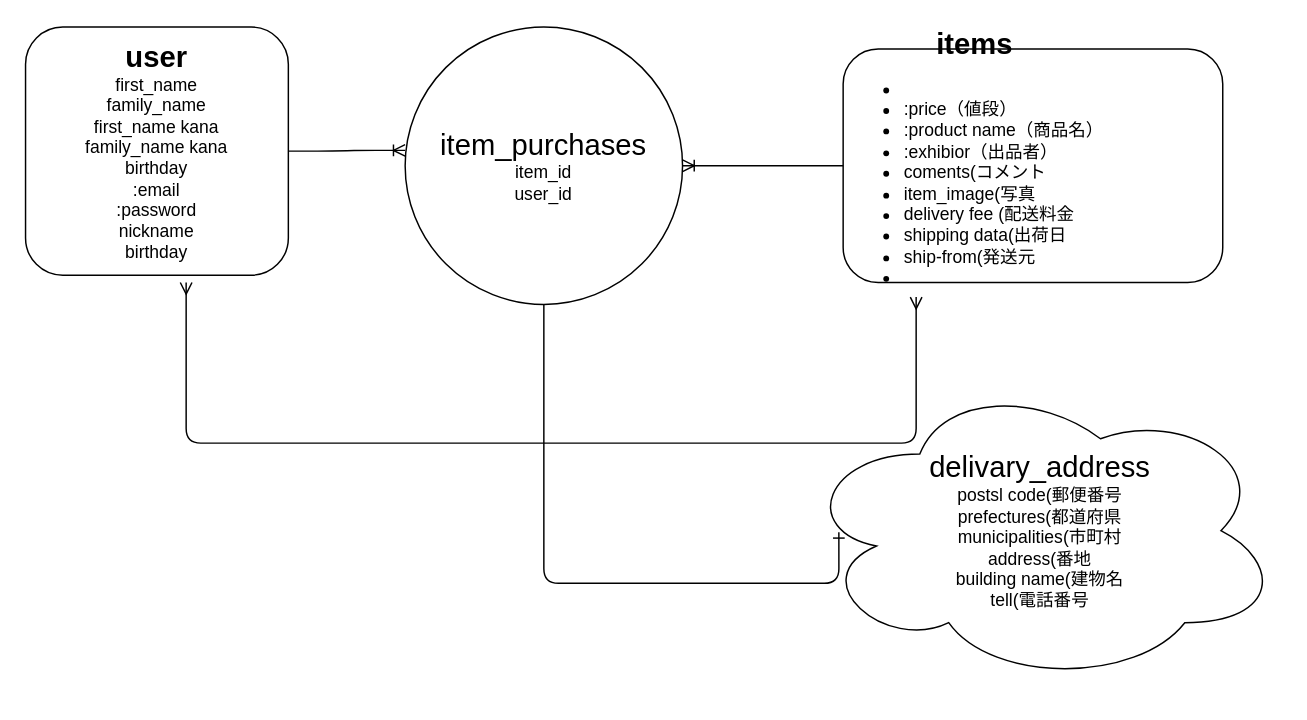
tosihisamitunaga/furima_28378 keeps this draw.io diagram as ER.drawio. Above is the earlier version. Source tidied: cells renumbered, new cells numbered last; positions are measured from the earlier drawing's top-left corner, leaving out a move shared by most shapes. Both pictures are drawn from the tidied source at 146%, with x=0, y=0 at pixel (25, 26).
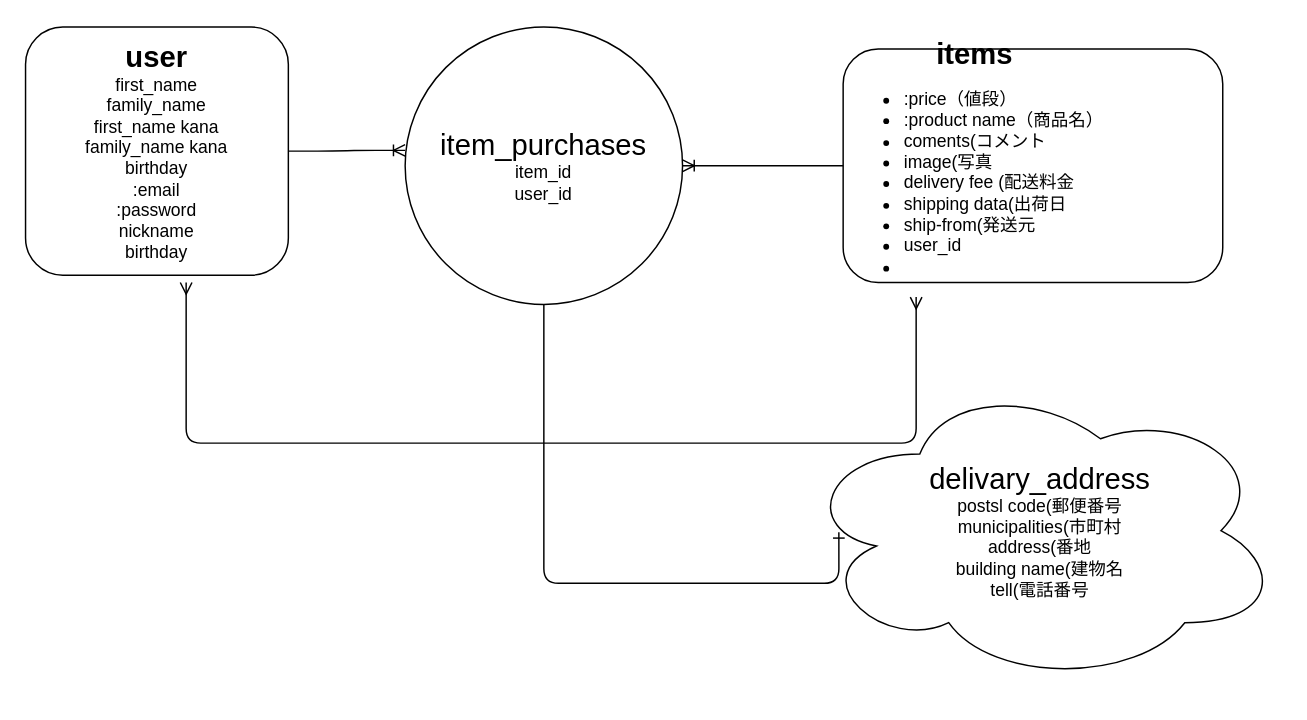
Above is the later version.

Commit message (it also covers changes not shown here):
テーブル設計　修正５

What changed in the source:
```diff
@@
 <mxGraphModel>
   <root>
     <mxCell id="0" />
     <mxCell id="1" parent="0" />
     <mxCell id="2" value="&lt;b style=&quot;font-size: 20px&quot;&gt;user&lt;br&gt;&lt;/b&gt;first_name&lt;br&gt;family_name&lt;br&gt;first_name kana&lt;br&gt;family_name kana&lt;br&gt;birthday&lt;br&gt;:email&lt;br&gt;:password&lt;br&gt;nickname&lt;br&gt;birthday" style="rounded=1;whiteSpace=wrap;html=1;" parent="1" vertex="1">
       <mxGeometry width="180" height="170" as="geometry" />
     </mxCell>
-    <mxCell id="3" value="&lt;span&gt;&lt;br&gt;&lt;br&gt;&lt;br&gt;&lt;br&gt;&lt;font style=&quot;font-size: 20px&quot;&gt;delivary_address&lt;/font&gt;&lt;br&gt;postsl code(郵便番号&lt;br&gt;prefectures(都道府県&lt;br&gt;municipalities(市町村&lt;br&gt;address(番地&lt;br&gt;building name(建物名&lt;br&gt;tell(電話番号&lt;br&gt;&lt;br&gt;&lt;br&gt;&lt;br&gt;&lt;br&gt;&lt;/span&gt;" style="ellipse;shape=cloud;whiteSpace=wrap;html=1;" parent="1" vertex="1">
+    <mxCell id="3" value="&lt;span&gt;&lt;br&gt;&lt;br&gt;&lt;br&gt;&lt;br&gt;&lt;font style=&quot;font-size: 20px&quot;&gt;delivary_address&lt;/font&gt;&lt;br&gt;postsl code(郵便番号&lt;br&gt;municipalities(市町村&lt;br&gt;address(番地&lt;br&gt;building name(建物名&lt;br&gt;tell(電話番号&lt;br&gt;&lt;br&gt;&lt;br&gt;&lt;br&gt;&lt;br&gt;&lt;/span&gt;" style="ellipse;shape=cloud;whiteSpace=wrap;html=1;" parent="1" vertex="1">
       <mxGeometry x="530" y="240" width="330" height="210" as="geometry" />
     </mxCell>
-    <mxCell id="4" value="&lt;div style=&quot;text-align: center&quot;&gt;&lt;b&gt;&lt;font style=&quot;font-size: 20px&quot;&gt;items&lt;/font&gt;&lt;/b&gt;&lt;/div&gt;&lt;ul&gt;&lt;li style=&quot;text-align: center&quot;&gt;&lt;br&gt;&lt;/li&gt;&lt;li&gt;:price（値段）&lt;/li&gt;&lt;li&gt;:product name（商品名）&lt;/li&gt;&lt;li&gt;:exhibior（出品者）&lt;/li&gt;&lt;li&gt;coments(コメント&lt;/li&gt;&lt;li&gt;item_image(写真&lt;/li&gt;&lt;li&gt;delivery fee (配送料金&lt;/li&gt;&lt;li&gt;shipping data(出荷日&lt;/li&gt;&lt;li&gt;ship-from(発送元&lt;/li&gt;&lt;li&gt;&lt;br&gt;&lt;/li&gt;&lt;/ul&gt;" style="rounded=1;whiteSpace=wrap;html=1;align=left;" parent="1" vertex="1">
+    <mxCell id="4" value="&lt;div style=&quot;text-align: center&quot;&gt;&lt;b&gt;&lt;font style=&quot;font-size: 20px&quot;&gt;items&lt;/font&gt;&lt;/b&gt;&lt;/div&gt;&lt;ul&gt;&lt;li&gt;:price（値段）&lt;/li&gt;&lt;li&gt;:product name（商品名）&lt;/li&gt;&lt;li&gt;coments(コメント&lt;/li&gt;&lt;li&gt;image(写真&lt;/li&gt;&lt;li&gt;delivery fee (配送料金&lt;/li&gt;&lt;li&gt;shipping data(出荷日&lt;/li&gt;&lt;li&gt;ship-from(発送元&lt;/li&gt;&lt;li&gt;user_id&lt;/li&gt;&lt;li&gt;&lt;br&gt;&lt;/li&gt;&lt;/ul&gt;" style="rounded=1;whiteSpace=wrap;html=1;align=left;" parent="1" vertex="1">
       <mxGeometry x="560" y="15" width="260" height="160" as="geometry" />
     </mxCell>
     <mxCell id="5" value="&lt;font style=&quot;font-size: 20px&quot;&gt;item_purchases&lt;/font&gt;&lt;br&gt;item_id&lt;br&gt;user_id" style="ellipse;whiteSpace=wrap;html=1;align=center;" parent="1" vertex="1">
       <mxGeometry x="260" width="190" height="190" as="geometry" />
     </mxCell>
     <mxCell id="6" style="fontSize=12;html=1;endArrow=ERoneToMany;" parent="1" edge="1" source="4">
       <mxGeometry relative="1" as="geometry">
         <mxPoint x="450" y="95" as="targetPoint" />
       </mxGeometry>
     </mxCell>
     <mxCell id="7" style="edgeStyle=entityRelationEdgeStyle;fontSize=12;html=1;endArrow=ERoneToMany;" parent="1" edge="1">
       <mxGeometry relative="1" as="geometry">
         <mxPoint x="180" y="85" as="sourcePoint" />
         <mxPoint x="260" y="84.5" as="targetPoint" />
       </mxGeometry>
     </mxCell>
     <mxCell id="8" style="edgeStyle=orthogonalEdgeStyle;fontSize=12;html=1;endArrow=ERmany;startArrow=ERmany;" parent="1" edge="1">
       <mxGeometry relative="1" as="geometry">
         <mxPoint x="110" y="175" as="sourcePoint" />
         <mxPoint x="610" y="185" as="targetPoint" />
         <Array as="points">
           <mxPoint x="110" y="285" />
           <mxPoint x="610" y="285" />
         </Array>
       </mxGeometry>
     </mxCell>
     <mxCell id="9" style="edgeStyle=orthogonalEdgeStyle;fontSize=12;html=1;endArrow=ERone;endFill=1;exitX=0.5;exitY=1;exitDx=0;exitDy=0;entryX=0.082;entryY=0.505;entryDx=0;entryDy=0;entryPerimeter=0;" parent="1" edge="1" source="5" target="3">
       <mxGeometry relative="1" as="geometry">
         <Array as="points">
           <mxPoint x="355" y="381" />
         </Array>
       </mxGeometry>
     </mxCell>
   </root>
 </mxGraphModel>
```
